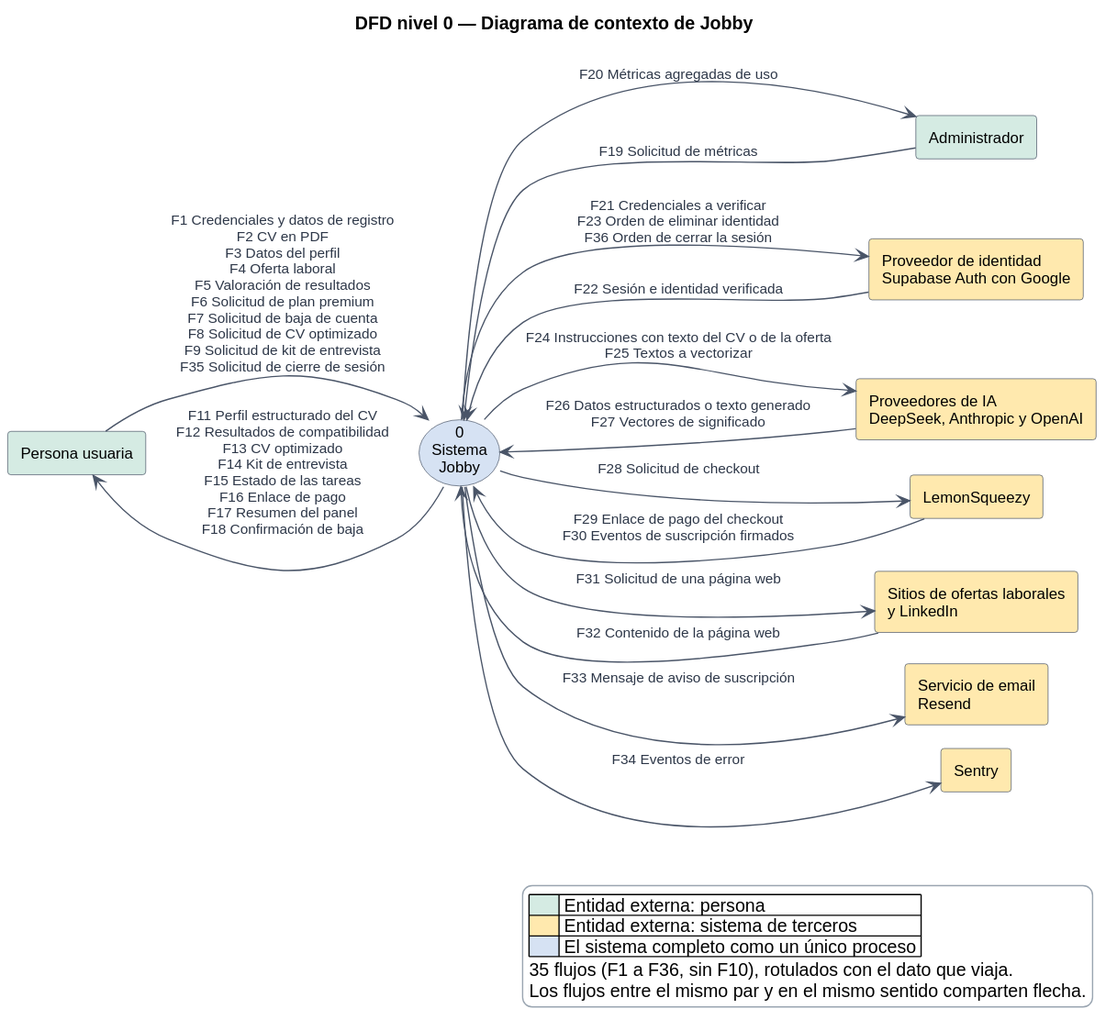
Earlier version of the PlantUML export docs/diagramas/dfd-nivel-0.svg (Buatishi/Jobby).
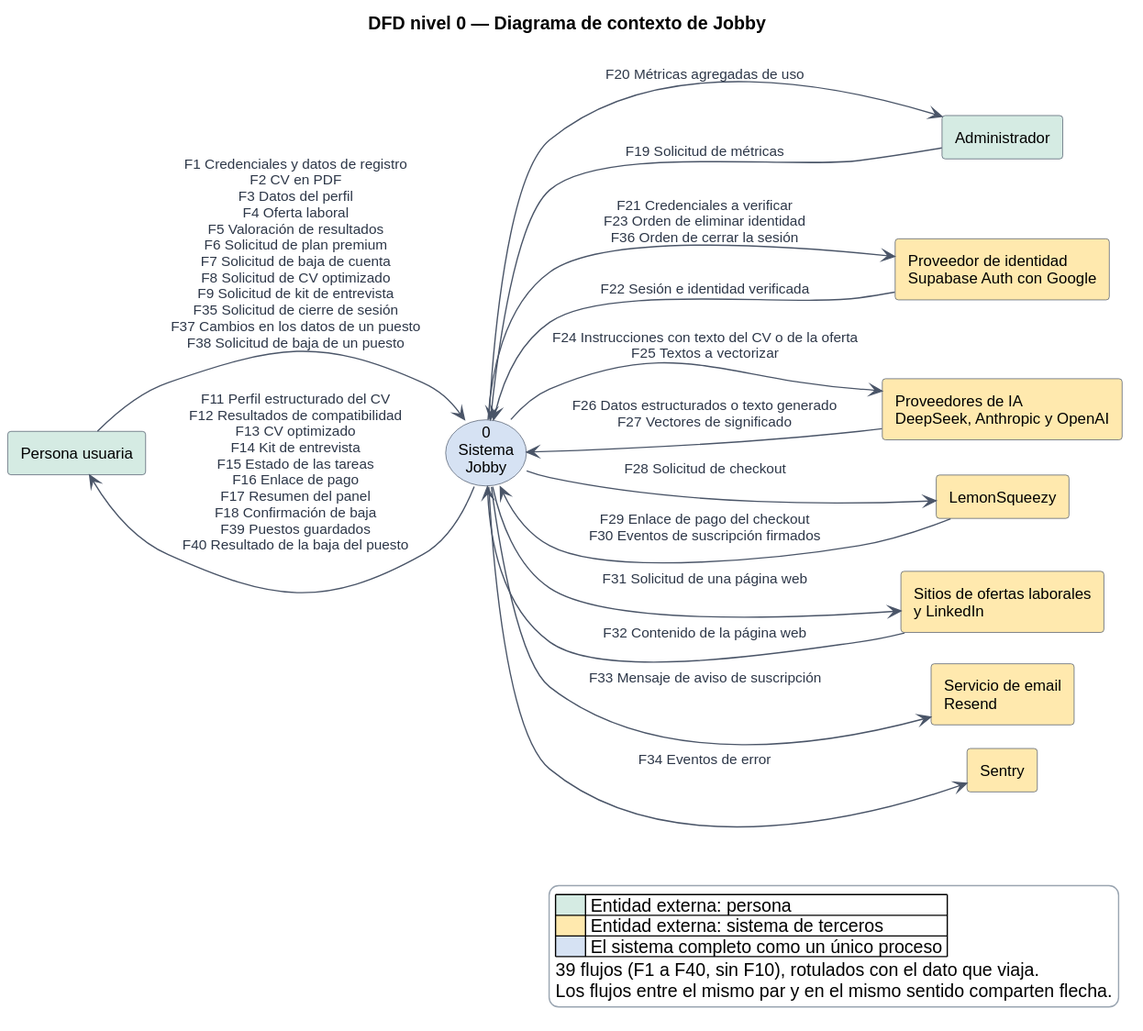
Above is the later version.

The edit, as a diff of the source:
```diff
@@ -24,8 +24,8 @@
 rectangle "Servicio de email\nResend" as EM #FFE9AE
 rectangle "Sentry" as SE #FFE9AE
 
-U --> P : F1 Credenciales y datos de registro\nF2 CV en PDF\nF3 Datos del perfil\nF4 Oferta laboral\nF5 Valoración de resultados\nF6 Solicitud de plan premium\nF7 Solicitud de baja de cuenta\nF8 Solicitud de CV optimizado\nF9 Solicitud de kit de entrevista\nF35 Solicitud de cierre de sesión
-P --> U : F11 Perfil estructurado del CV\nF12 Resultados de compatibilidad\nF13 CV optimizado\nF14 Kit de entrevista\nF15 Estado de las tareas\nF16 Enlace de pago\nF17 Resumen del panel\nF18 Confirmación de baja
+U --> P : F1 Credenciales y datos de registro\nF2 CV en PDF\nF3 Datos del perfil\nF4 Oferta laboral\nF5 Valoración de resultados\nF6 Solicitud de plan premium\nF7 Solicitud de baja de cuenta\nF8 Solicitud de CV optimizado\nF9 Solicitud de kit de entrevista\nF35 Solicitud de cierre de sesión\nF37 Cambios en los datos de un puesto\nF38 Solicitud de baja de un puesto
+P --> U : F11 Perfil estructurado del CV\nF12 Resultados de compatibilidad\nF13 CV optimizado\nF14 Kit de entrevista\nF15 Estado de las tareas\nF16 Enlace de pago\nF17 Resumen del panel\nF18 Confirmación de baja\nF39 Puestos guardados\nF40 Resultado de la baja del puesto
 A --> P : F19 Solicitud de métricas
 P --> A : F20 Métricas agregadas de uso
 P --> ID : F21 Credenciales a verificar\nF23 Orden de eliminar identidad\nF36 Orden de cerrar la sesión
@@ -43,7 +43,7 @@
   |<#D5EBE3>      | Entidad externa: persona |
   |<#FFE9AE>      | Entidad externa: sistema de terceros |
   |<#D6E2F3>      | El sistema completo como un único proceso |
-  35 flujos (F1 a F36, sin F10), rotulados con el dato que viaja.
+  39 flujos (F1 a F40, sin F10), rotulados con el dato que viaja.
   Los flujos entre el mismo par y en el mismo sentido comparten flecha.
 endlegend
 @enduml
```
